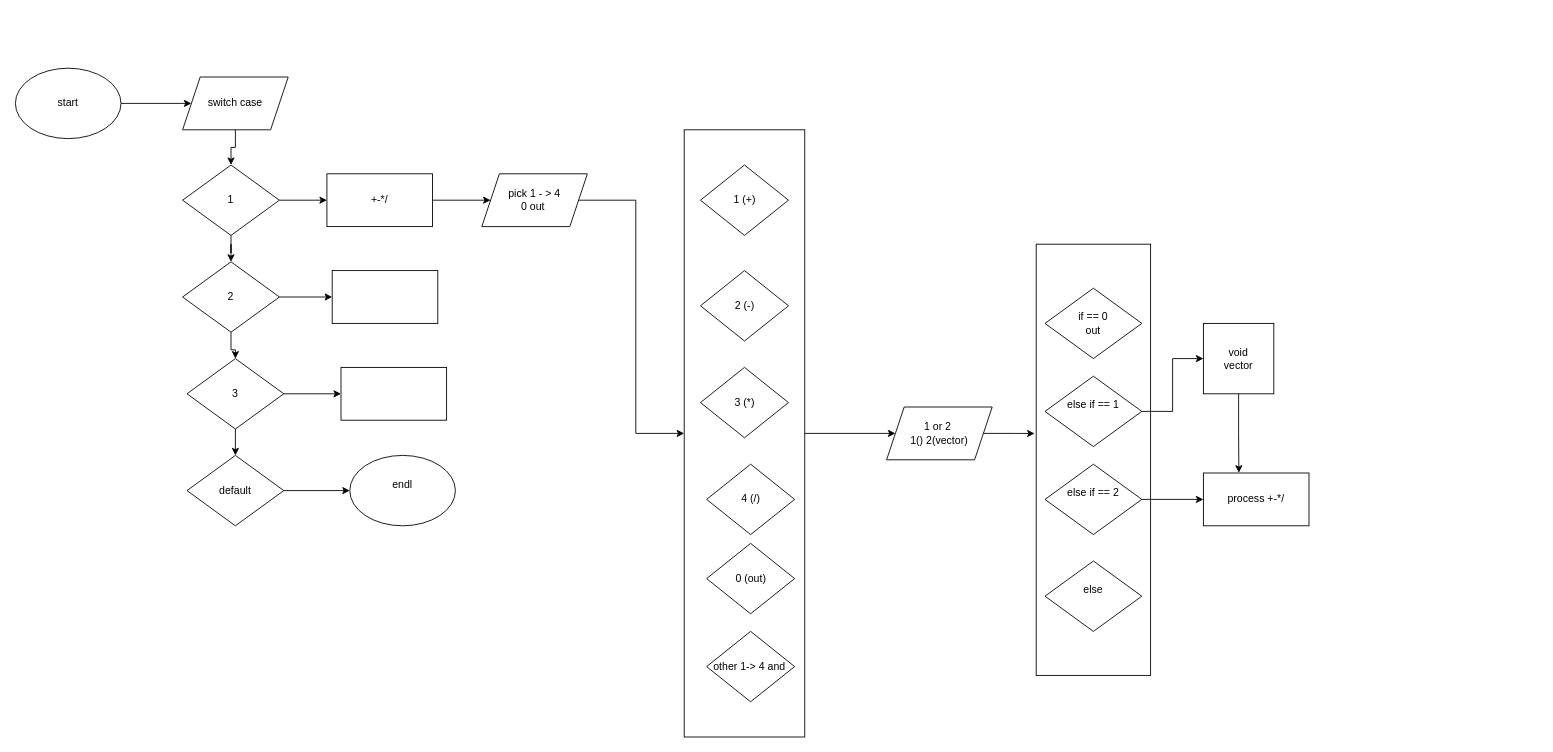
Above: calculator.drawio in stupmart/calculator (draw.io), before the change. Source tidied: cells renumbered, new cells numbered last; positions are measured from the earlier drawing's top-left corner, leaving out a move shared by most shapes. Both pictures are drawn from the tidied source at 88%, with x=0, y=0 at pixel (15, 68).
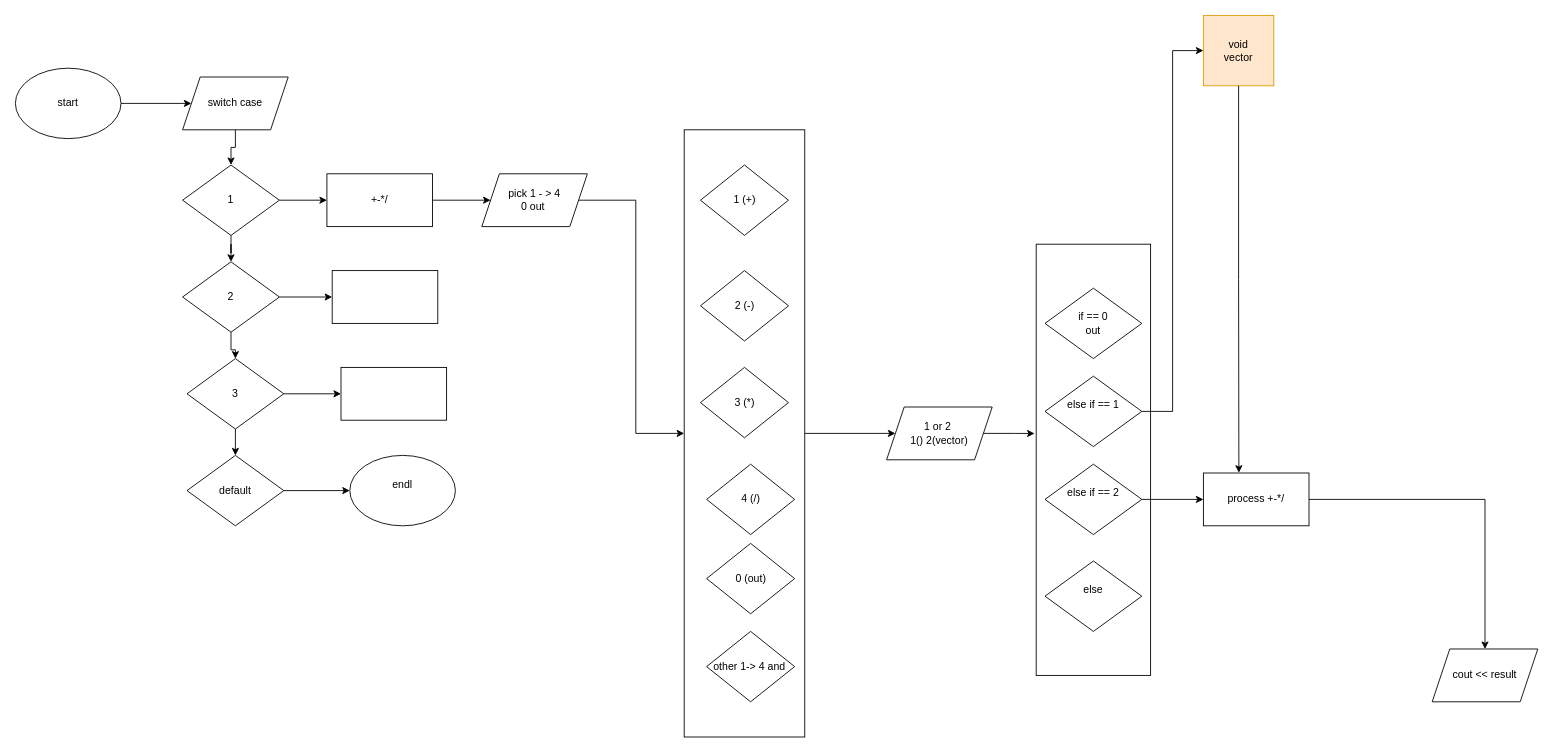
The same diagram, later.

Unchanged cells that the change refers to:
```xml
<mxCell id="42" value="process +-*/" style="rounded=0;whiteSpace=wrap;html=1;" parent="1" vertex="1">
  <mxGeometry x="1350" y="460" width="120" height="60" as="geometry" />
</mxCell>
```

Change to the diagram source:
```diff
@@
-    <mxCell id="30" value="void&lt;div&gt;vector&lt;/div&gt;" style="whiteSpace=wrap;html=1;" parent="1" vertex="1">
-      <mxGeometry x="1350" y="290" width="80" height="80" as="geometry" />
+    <mxCell id="30" value="void&lt;div&gt;vector&lt;/div&gt;" style="whiteSpace=wrap;html=1;fillColor=#ffe6cc;strokeColor=#d79b00;" parent="1" vertex="1">
+      <mxGeometry x="1350" y="-60" width="80" height="80" as="geometry" />
     </mxCell>
@@
+    <mxCell id="44" style="edgeStyle=orthogonalEdgeStyle;rounded=0;jettySize=auto;html=1;defaultLabelBackgroundColor=page;labelPadding=0 4;" parent="1" edge="1" source="42" target="45">
+      <mxGeometry relative="1" as="geometry" />
+    </mxCell>
@@
+    <mxCell id="45" value="cout &amp;lt;&amp;lt; result" style="shape=parallelogram;perimeter=parallelogramPerimeter;whiteSpace=wrap;html=1;shapeInside=1;fixedSize=1;" parent="1" vertex="1">
+      <mxGeometry x="1610" y="660" width="120" height="60" as="geometry" />
+    </mxCell>
```
